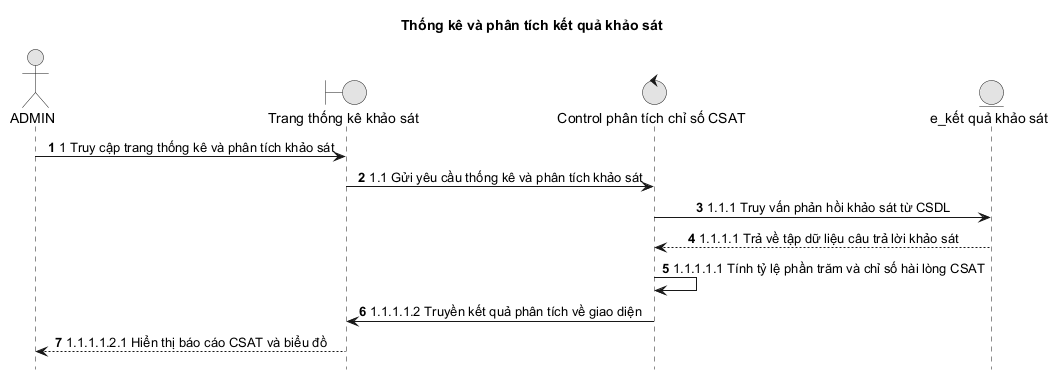
Above: docs/diagrams/sequence-new/admin/08-survey-analytics.png in duygri/do-an-htttdn-crm (PlantUML), before the change.
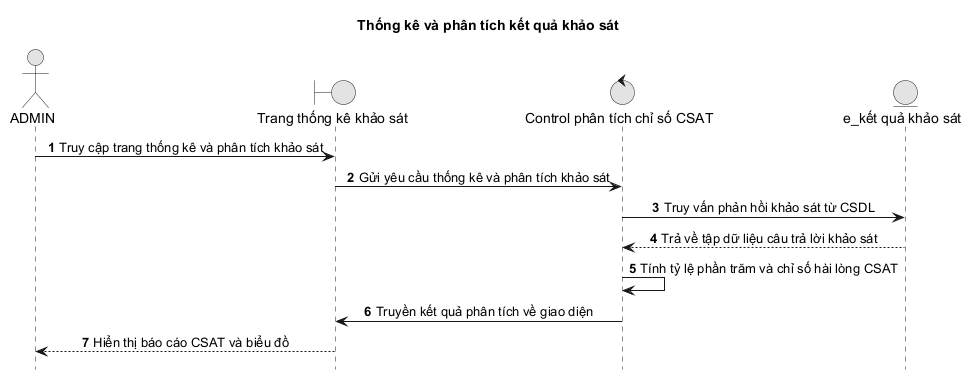
After the commit.

Change to the diagram source:
```diff
@@ -11,11 +11,11 @@
 control "Control phân tích chỉ số CSAT" as Control
 entity "e_kết quả khảo sát" as Entity
 
-Admin -> Boundary: 1 Truy cập trang thống kê và phân tích khảo sát
-Boundary -> Control: 1.1 Gửi yêu cầu thống kê và phân tích khảo sát
-Control -> Entity: 1.1.1 Truy vấn phản hồi khảo sát từ CSDL
-Entity --> Control: 1.1.1.1 Trả về tập dữ liệu câu trả lời khảo sát
-Control -> Control: 1.1.1.1.1 Tính tỷ lệ phần trăm và chỉ số hài lòng CSAT
-Control -> Boundary: 1.1.1.1.2 Truyền kết quả phân tích về giao diện
-Boundary --> Admin: 1.1.1.1.2.1 Hiển thị báo cáo CSAT và biểu đồ
+Admin -> Boundary: Truy cập trang thống kê và phân tích khảo sát
+Boundary -> Control: Gửi yêu cầu thống kê và phân tích khảo sát
+Control -> Entity: Truy vấn phản hồi khảo sát từ CSDL
+Entity --> Control: Trả về tập dữ liệu câu trả lời khảo sát
+Control -> Control: Tính tỷ lệ phần trăm và chỉ số hài lòng CSAT
+Control -> Boundary: Truyền kết quả phân tích về giao diện
+Boundary --> Admin: Hiển thị báo cáo CSAT và biểu đồ
 @enduml
```
